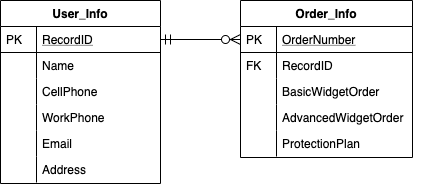
Above: solution/database/DB_Model.png in Headstorm/Interview (draw.io), before the change. Source tidied: cells renumbered, new cells last; positions are measured from the earlier drawing's top-left corner, leaving out a move shared by most shapes. The source it was exported from:
```xml
<mxGraphModel>
  <root>
    <mxCell id="0" />
    <mxCell id="1" parent="0" />
    <mxCell id="2" value="User_Info" style="swimlane;fontStyle=1;horizontal=1;startSize=26;rounded=0;shadow=0;strokeWidth=1;direction=east;" parent="1" vertex="1">
      <mxGeometry width="160" height="183" as="geometry" />
    </mxCell>
    <mxCell id="3" value="RecordID" style="shape=partialRectangle;top=0;left=0;right=0;bottom=1;align=left;verticalAlign=top;fillColor=none;spacingLeft=40;spacingRight=4;overflow=hidden;points=[[0,0.5],[1,0.5]];portConstraint=eastwest;rounded=0;shadow=0;strokeWidth=1;fontStyle=4;" parent="2" vertex="1">
      <mxGeometry y="26" width="160" height="26" as="geometry" />
    </mxCell>
    <mxCell id="4" value="PK" style="shape=partialRectangle;top=0;left=0;bottom=0;fillColor=none;align=left;verticalAlign=top;spacingLeft=4;spacingRight=4;overflow=hidden;" parent="3" vertex="1">
      <mxGeometry width="36" height="26" as="geometry" />
    </mxCell>
    <mxCell id="5" value="Name" style="shape=partialRectangle;top=0;left=0;right=0;bottom=0;align=left;verticalAlign=top;fillColor=none;spacingLeft=40;spacingRight=4;overflow=hidden;rounded=0;shadow=0;strokeWidth=1;" parent="2" vertex="1">
      <mxGeometry y="52" width="160" height="26" as="geometry" />
    </mxCell>
    <mxCell id="6" style="shape=partialRectangle;top=0;left=0;bottom=0;fillColor=none;align=left;verticalAlign=top;spacingLeft=4;spacingRight=4;overflow=hidden;" parent="5" vertex="1">
      <mxGeometry width="36" height="26" as="geometry" />
    </mxCell>
    <mxCell id="7" value="Order_Info" style="swimlane;fontStyle=1;horizontal=1;startSize=26;rounded=0;shadow=0;strokeWidth=1;" parent="1" vertex="1">
      <mxGeometry x="240" width="172" height="157" as="geometry" />
    </mxCell>
    <mxCell id="8" value="OrderNumber" style="shape=partialRectangle;top=0;left=0;right=0;bottom=1;align=left;verticalAlign=top;fillColor=none;spacingLeft=40;spacingRight=4;overflow=hidden;points=[[0,0.5],[1,0.5]];portConstraint=eastwest;rounded=0;shadow=0;strokeWidth=1;fontStyle=4;" parent="7" vertex="1">
      <mxGeometry y="26" width="172" height="26" as="geometry" />
    </mxCell>
    <mxCell id="9" value="PK" style="shape=partialRectangle;top=0;left=0;bottom=0;fillColor=none;align=left;verticalAlign=top;spacingLeft=4;spacingRight=4;overflow=hidden;" parent="8" vertex="1">
      <mxGeometry width="36" height="26" as="geometry" />
    </mxCell>
    <mxCell id="10" value="RecordID" style="shape=partialRectangle;top=0;left=0;right=0;bottom=0;align=left;verticalAlign=top;fillColor=none;spacingLeft=40;spacingRight=4;overflow=hidden;rounded=0;shadow=0;strokeWidth=1;" parent="7" vertex="1">
      <mxGeometry y="52" width="172" height="26" as="geometry" />
    </mxCell>
    <mxCell id="11" value="FK" style="shape=partialRectangle;top=0;left=0;bottom=0;fillColor=none;align=left;verticalAlign=top;spacingLeft=4;spacingRight=4;overflow=hidden;" parent="10" vertex="1">
      <mxGeometry width="36" height="26" as="geometry" />
    </mxCell>
    <mxCell id="12" value="BasicWidgetOrder" style="shape=partialRectangle;top=0;left=0;right=0;bottom=0;align=left;verticalAlign=top;fillColor=none;spacingLeft=40;spacingRight=4;overflow=hidden;rounded=0;shadow=0;strokeWidth=1;" parent="7" vertex="1">
      <mxGeometry y="78" width="172" height="26" as="geometry" />
    </mxCell>
    <mxCell id="13" style="shape=partialRectangle;top=0;left=0;bottom=0;fillColor=none;align=left;verticalAlign=top;spacingLeft=4;spacingRight=4;overflow=hidden;" parent="12" vertex="1">
      <mxGeometry width="36" height="26" as="geometry" />
    </mxCell>
    <mxCell id="14" style="shape=partialRectangle;top=0;left=0;right=0;bottom=0;align=left;verticalAlign=top;fillColor=none;spacingLeft=40;spacingRight=4;overflow=hidden;rounded=0;shadow=0;strokeWidth=1;" parent="7" vertex="1">
      <mxGeometry y="104" width="172" height="26" as="geometry" />
    </mxCell>
    <mxCell id="15" style="shape=partialRectangle;top=0;left=0;bottom=0;fillColor=none;align=left;verticalAlign=top;spacingLeft=4;spacingRight=4;overflow=hidden;" parent="14" vertex="1">
      <mxGeometry width="36" height="26" as="geometry" />
    </mxCell>
    <mxCell id="16" style="shape=partialRectangle;top=0;left=0;right=0;bottom=0;align=left;verticalAlign=top;fillColor=none;spacingLeft=40;spacingRight=4;overflow=hidden;rounded=0;shadow=0;strokeWidth=1;" parent="7" vertex="1">
      <mxGeometry y="130" width="172" height="26" as="geometry" />
    </mxCell>
    <mxCell id="17" style="shape=partialRectangle;top=0;left=0;bottom=0;fillColor=none;align=left;verticalAlign=top;spacingLeft=4;spacingRight=4;overflow=hidden;" parent="16" vertex="1">
      <mxGeometry width="36" height="26" as="geometry" />
    </mxCell>
    <mxCell id="18" style="edgeStyle=orthogonalEdgeStyle;endArrow=ERzeroToMany;startArrow=ERmandOne;shadow=0;strokeWidth=1;endSize=8;startSize=8;" parent="1" edge="1" source="3" target="8">
      <mxGeometry relative="1" as="geometry" />
    </mxCell>
    <mxCell id="19" value="CellPhone" style="shape=partialRectangle;top=0;left=0;right=0;bottom=0;align=left;verticalAlign=top;fillColor=none;spacingLeft=40;spacingRight=4;overflow=hidden;rounded=0;shadow=0;strokeWidth=1;" parent="1" vertex="1">
      <mxGeometry y="78" width="160" height="26" as="geometry" />
    </mxCell>
    <mxCell id="20" style="shape=partialRectangle;top=0;left=0;bottom=0;fillColor=none;align=left;verticalAlign=top;spacingLeft=4;spacingRight=4;overflow=hidden;" parent="19" vertex="1">
      <mxGeometry width="36" height="26" as="geometry" />
    </mxCell>
    <mxCell id="21" value="Address" style="shape=partialRectangle;top=0;left=0;right=0;bottom=0;align=left;verticalAlign=top;fillColor=none;spacingLeft=40;spacingRight=4;overflow=hidden;rounded=0;shadow=0;strokeWidth=1;" parent="1" vertex="1">
      <mxGeometry y="156" width="160" height="26" as="geometry" />
    </mxCell>
    <mxCell id="22" style="shape=partialRectangle;top=0;left=0;bottom=0;fillColor=none;align=left;verticalAlign=top;spacingLeft=4;spacingRight=4;overflow=hidden;" parent="21" vertex="1">
      <mxGeometry width="36" height="26" as="geometry" />
    </mxCell>
    <mxCell id="23" value="Email" style="shape=partialRectangle;top=0;left=0;right=0;bottom=0;align=left;verticalAlign=top;fillColor=none;spacingLeft=40;spacingRight=4;overflow=hidden;rounded=0;shadow=0;strokeWidth=1;" parent="1" vertex="1">
      <mxGeometry y="130" width="160" height="26" as="geometry" />
    </mxCell>
    <mxCell id="24" style="shape=partialRectangle;top=0;left=0;bottom=0;fillColor=none;align=left;verticalAlign=top;spacingLeft=4;spacingRight=4;overflow=hidden;" parent="23" vertex="1">
      <mxGeometry width="36" height="26" as="geometry" />
    </mxCell>
    <mxCell id="25" style="endArrow=none;html=1;" parent="1" edge="1" source="26">
      <mxGeometry relative="1" as="geometry">
        <mxPoint x="160" y="130" as="targetPoint" />
        <Array as="points">
          <mxPoint x="160" y="130" />
        </Array>
      </mxGeometry>
    </mxCell>
    <mxCell id="26" value="WorkPhone" style="shape=partialRectangle;top=0;left=0;right=0;bottom=0;align=left;verticalAlign=top;fillColor=none;spacingLeft=40;spacingRight=4;overflow=hidden;points=[[0,0.5],[1,0.5]];portConstraint=eastwest;rounded=0;shadow=0;strokeWidth=1;" parent="1" vertex="1">
      <mxGeometry y="104" width="160" height="26" as="geometry" />
    </mxCell>
    <mxCell id="27" style="shape=partialRectangle;top=0;left=0;bottom=0;fillColor=none;align=left;verticalAlign=top;spacingLeft=4;spacingRight=4;overflow=hidden;" parent="26" vertex="1">
      <mxGeometry width="36" height="26" as="geometry" />
    </mxCell>
    <mxCell id="28" style="endArrow=none;html=1;" parent="1" edge="1" target="26">
      <mxGeometry relative="1" as="geometry">
        <mxPoint y="130" as="sourcePoint" />
      </mxGeometry>
    </mxCell>
    <mxCell id="29" value="AdvancedWidgetOrder" style="text;html=1;" parent="1" vertex="1">
      <mxGeometry x="280" y="104" width="150" height="30" as="geometry" />
    </mxCell>
    <mxCell id="30" value="ProtectionPlan" style="text;html=1;" parent="1" vertex="1">
      <mxGeometry x="280" y="130" width="100" height="30" as="geometry" />
    </mxCell>
  </root>
</mxGraphModel>
```
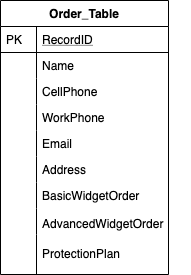
After the commit.

The edit, as a diff of the source:
```diff
@@ -2,57 +2,21 @@
   <root>
     <mxCell id="0" />
     <mxCell id="1" parent="0" />
-    <mxCell id="2" value="User_Info" style="swimlane;fontStyle=1;horizontal=1;startSize=26;rounded=0;shadow=0;strokeWidth=1;direction=east;" parent="1" vertex="1">
-      <mxGeometry width="160" height="183" as="geometry" />
+    <mxCell id="2" value="Order_Table" style="swimlane;fontStyle=1;horizontal=1;startSize=26;rounded=0;shadow=0;strokeWidth=1;direction=east;" parent="1" vertex="1">
+      <mxGeometry width="168" height="274" as="geometry" />
     </mxCell>
     <mxCell id="3" value="RecordID" style="shape=partialRectangle;top=0;left=0;right=0;bottom=1;align=left;verticalAlign=top;fillColor=none;spacingLeft=40;spacingRight=4;overflow=hidden;points=[[0,0.5],[1,0.5]];portConstraint=eastwest;rounded=0;shadow=0;strokeWidth=1;fontStyle=4;" parent="2" vertex="1">
-      <mxGeometry y="26" width="160" height="26" as="geometry" />
+      <mxGeometry y="26" width="168" height="26" as="geometry" />
     </mxCell>
     <mxCell id="4" value="PK" style="shape=partialRectangle;top=0;left=0;bottom=0;fillColor=none;align=left;verticalAlign=top;spacingLeft=4;spacingRight=4;overflow=hidden;" parent="3" vertex="1">
       <mxGeometry width="36" height="26" as="geometry" />
     </mxCell>
     <mxCell id="5" value="Name" style="shape=partialRectangle;top=0;left=0;right=0;bottom=0;align=left;verticalAlign=top;fillColor=none;spacingLeft=40;spacingRight=4;overflow=hidden;rounded=0;shadow=0;strokeWidth=1;" parent="2" vertex="1">
-      <mxGeometry y="52" width="160" height="26" as="geometry" />
+      <mxGeometry y="52" width="168" height="26" as="geometry" />
     </mxCell>
     <mxCell id="6" style="shape=partialRectangle;top=0;left=0;bottom=0;fillColor=none;align=left;verticalAlign=top;spacingLeft=4;spacingRight=4;overflow=hidden;" parent="5" vertex="1">
       <mxGeometry width="36" height="26" as="geometry" />
     </mxCell>
-    <mxCell id="7" value="Order_Info" style="swimlane;fontStyle=1;horizontal=1;startSize=26;rounded=0;shadow=0;strokeWidth=1;" parent="1" vertex="1">
-      <mxGeometry x="240" width="172" height="157" as="geometry" />
-    </mxCell>
-    <mxCell id="8" value="OrderNumber" style="shape=partialRectangle;top=0;left=0;right=0;bottom=1;align=left;verticalAlign=top;fillColor=none;spacingLeft=40;spacingRight=4;overflow=hidden;points=[[0,0.5],[1,0.5]];portConstraint=eastwest;rounded=0;shadow=0;strokeWidth=1;fontStyle=4;" parent="7" vertex="1">
-      <mxGeometry y="26" width="172" height="26" as="geometry" />
-    </mxCell>
-    <mxCell id="9" value="PK" style="shape=partialRectangle;top=0;left=0;bottom=0;fillColor=none;align=left;verticalAlign=top;spacingLeft=4;spacingRight=4;overflow=hidden;" parent="8" vertex="1">
-      <mxGeometry width="36" height="26" as="geometry" />
-    </mxCell>
-    <mxCell id="10" value="RecordID" style="shape=partialRectangle;top=0;left=0;right=0;bottom=0;align=left;verticalAlign=top;fillColor=none;spacingLeft=40;spacingRight=4;overflow=hidden;rounded=0;shadow=0;strokeWidth=1;" parent="7" vertex="1">
-      <mxGeometry y="52" width="172" height="26" as="geometry" />
-    </mxCell>
-    <mxCell id="11" value="FK" style="shape=partialRectangle;top=0;left=0;bottom=0;fillColor=none;align=left;verticalAlign=top;spacingLeft=4;spacingRight=4;overflow=hidden;" parent="10" vertex="1">
-      <mxGeometry width="36" height="26" as="geometry" />
-    </mxCell>
-    <mxCell id="12" value="BasicWidgetOrder" style="shape=partialRectangle;top=0;left=0;right=0;bottom=0;align=left;verticalAlign=top;fillColor=none;spacingLeft=40;spacingRight=4;overflow=hidden;rounded=0;shadow=0;strokeWidth=1;" parent="7" vertex="1">
-      <mxGeometry y="78" width="172" height="26" as="geometry" />
-    </mxCell>
-    <mxCell id="13" style="shape=partialRectangle;top=0;left=0;bottom=0;fillColor=none;align=left;verticalAlign=top;spacingLeft=4;spacingRight=4;overflow=hidden;" parent="12" vertex="1">
-      <mxGeometry width="36" height="26" as="geometry" />
-    </mxCell>
-    <mxCell id="14" style="shape=partialRectangle;top=0;left=0;right=0;bottom=0;align=left;verticalAlign=top;fillColor=none;spacingLeft=40;spacingRight=4;overflow=hidden;rounded=0;shadow=0;strokeWidth=1;" parent="7" vertex="1">
-      <mxGeometry y="104" width="172" height="26" as="geometry" />
-    </mxCell>
-    <mxCell id="15" style="shape=partialRectangle;top=0;left=0;bottom=0;fillColor=none;align=left;verticalAlign=top;spacingLeft=4;spacingRight=4;overflow=hidden;" parent="14" vertex="1">
-      <mxGeometry width="36" height="26" as="geometry" />
-    </mxCell>
-    <mxCell id="16" style="shape=partialRectangle;top=0;left=0;right=0;bottom=0;align=left;verticalAlign=top;fillColor=none;spacingLeft=40;spacingRight=4;overflow=hidden;rounded=0;shadow=0;strokeWidth=1;" parent="7" vertex="1">
-      <mxGeometry y="130" width="172" height="26" as="geometry" />
-    </mxCell>
-    <mxCell id="17" style="shape=partialRectangle;top=0;left=0;bottom=0;fillColor=none;align=left;verticalAlign=top;spacingLeft=4;spacingRight=4;overflow=hidden;" parent="16" vertex="1">
-      <mxGeometry width="36" height="26" as="geometry" />
-    </mxCell>
-    <mxCell id="18" style="edgeStyle=orthogonalEdgeStyle;endArrow=ERzeroToMany;startArrow=ERmandOne;shadow=0;strokeWidth=1;endSize=8;startSize=8;" parent="1" edge="1" source="3" target="8">
-      <mxGeometry relative="1" as="geometry" />
-    </mxCell>
     <mxCell id="19" value="CellPhone" style="shape=partialRectangle;top=0;left=0;right=0;bottom=0;align=left;verticalAlign=top;fillColor=none;spacingLeft=40;spacingRight=4;overflow=hidden;rounded=0;shadow=0;strokeWidth=1;" parent="1" vertex="1">
       <mxGeometry y="78" width="160" height="26" as="geometry" />
     </mxCell>
@@ -91,10 +55,28 @@
       </mxGeometry>
     </mxCell>
     <mxCell id="29" value="AdvancedWidgetOrder" style="text;html=1;" parent="1" vertex="1">
-      <mxGeometry x="280" y="104" width="150" height="30" as="geometry" />
+      <mxGeometry x="40" y="210" width="150" height="30" as="geometry" />
     </mxCell>
     <mxCell id="30" value="ProtectionPlan" style="text;html=1;" parent="1" vertex="1">
-      <mxGeometry x="280" y="130" width="100" height="30" as="geometry" />
+      <mxGeometry x="40" y="240" width="100" height="30" as="geometry" />
     </mxCell>
+    <mxCell id="12" value="BasicWidgetOrder" style="shape=partialRectangle;top=0;left=0;right=0;bottom=0;align=left;verticalAlign=top;fillColor=none;spacingLeft=40;spacingRight=4;overflow=hidden;rounded=0;shadow=0;strokeWidth=1;" parent="1" vertex="1">
+      <mxGeometry y="182" width="172" height="26" as="geometry" />
+    </mxCell>
+    <mxCell id="13" style="shape=partialRectangle;top=0;left=0;bottom=0;fillColor=none;align=left;verticalAlign=top;spacingLeft=4;spacingRight=4;overflow=hidden;" parent="12" vertex="1">
+      <mxGeometry width="36" height="26" as="geometry" />
+    </mxCell>
+    <mxCell id="14" style="shape=partialRectangle;top=0;left=0;right=0;bottom=0;align=left;verticalAlign=top;fillColor=none;spacingLeft=40;spacingRight=4;overflow=hidden;rounded=0;shadow=0;strokeWidth=1;" parent="1" vertex="1">
+      <mxGeometry y="208" width="172" height="26" as="geometry" />
+    </mxCell>
+    <mxCell id="15" style="shape=partialRectangle;top=0;left=0;bottom=0;fillColor=none;align=left;verticalAlign=top;spacingLeft=4;spacingRight=4;overflow=hidden;" parent="14" vertex="1">
+      <mxGeometry width="36" height="26" as="geometry" />
+    </mxCell>
+    <mxCell id="16" style="shape=partialRectangle;top=0;left=0;right=0;bottom=0;align=left;verticalAlign=top;fillColor=none;spacingLeft=40;spacingRight=4;overflow=hidden;rounded=0;shadow=0;strokeWidth=1;" parent="1" vertex="1">
+      <mxGeometry y="234" width="172" height="40" as="geometry" />
+    </mxCell>
+    <mxCell id="17" style="shape=partialRectangle;top=0;left=0;bottom=0;fillColor=none;align=left;verticalAlign=top;spacingLeft=4;spacingRight=4;overflow=hidden;" parent="16" vertex="1">
+      <mxGeometry width="36" height="40" as="geometry" />
+    </mxCell>
   </root>
 </mxGraphModel>
```
